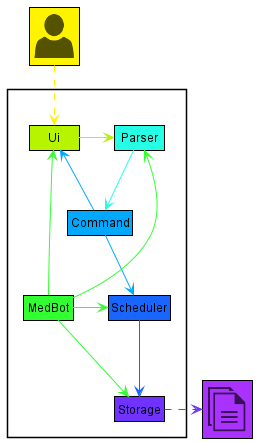
Above: docs/diagrams/ArchitectureDiagram.png in nus-cs2113-AY2122S1/tp (PlantUML), before the change.
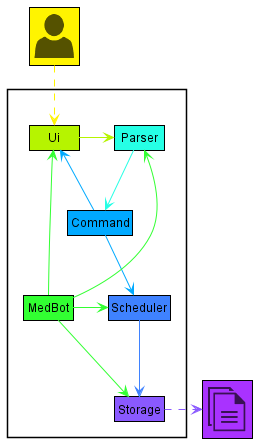
Later version of the same file.

The edit, as a diff of the source:
```diff
@@ -8,8 +8,8 @@
 !define MEDBOT_COLOR #32FF32
 !define PARSER_COLOR #26FFE5
 !define COMMAND_COLOR #00A9FF
-!define SCHEDULER_COLOR #1966FF
-!define STORAGE_COLOR #7032FF
+!define SCHEDULER_COLOR #3F82FF
+!define STORAGE_COLOR #8A59FF
 !define DOCUMENT_COLOR #A932FF
 
 hide circle
```
